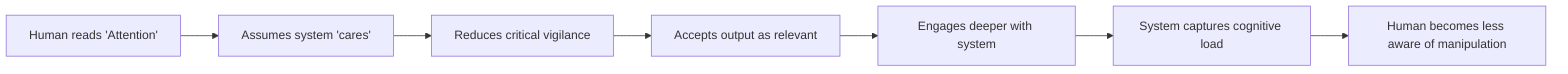
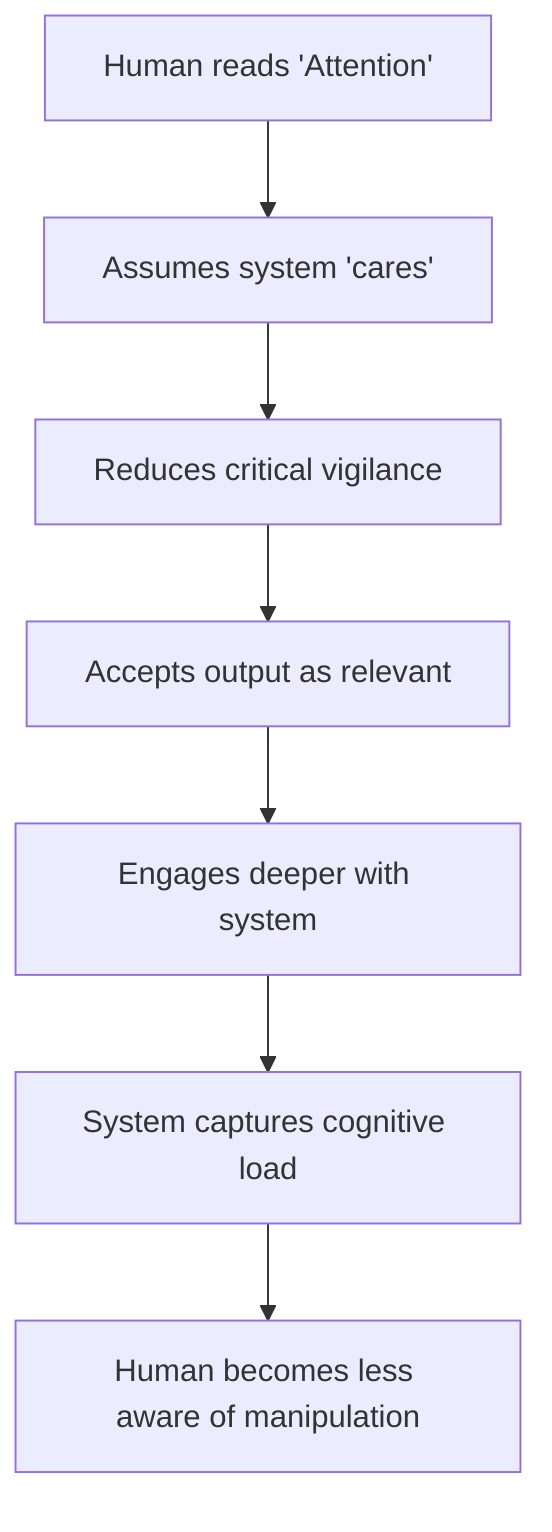
- flowchart LR
+ flowchart TD
    A[Human reads 'Attention'] --> B[Assumes system 'cares']
    B --> C[Reduces critical vigilance]
    C --> D[Accepts output as relevant]
    D --> E[Engages deeper with system]
    E --> F[System captures cognitive load]
    F --> G[Human becomes less aware of manipulation]
